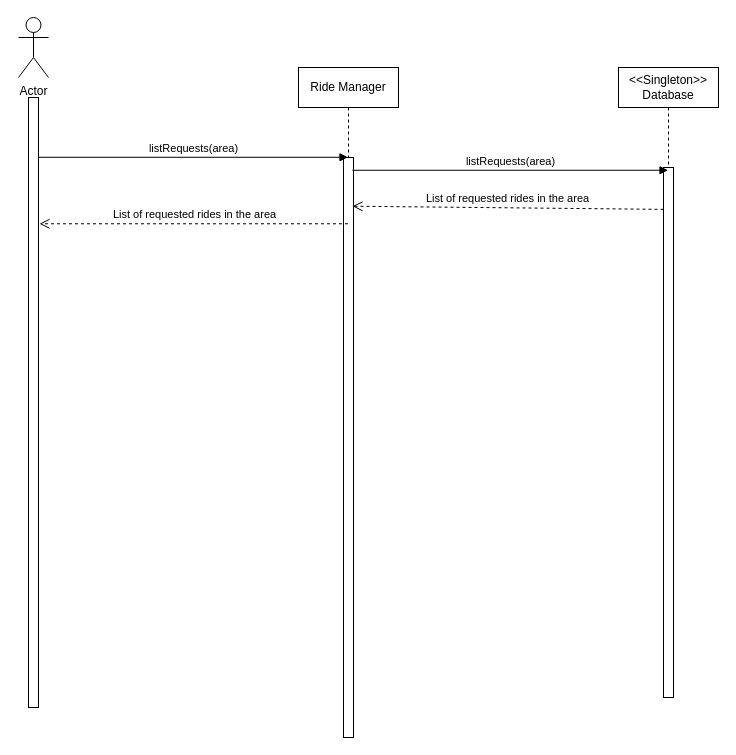
Before: page "Page-1" (1 of 2) of diagrams/RideList.drawio in KareemMAX/CarApp, a draw.io diagram. Source tidied: cells renumbered, new cells numbered last; positions are measured from the earlier drawing's top-left corner, leaving out a move shared by most shapes. Both pictures are drawn from the tidied source at 100%, with x=0, y=0 at pixel (18, 17).
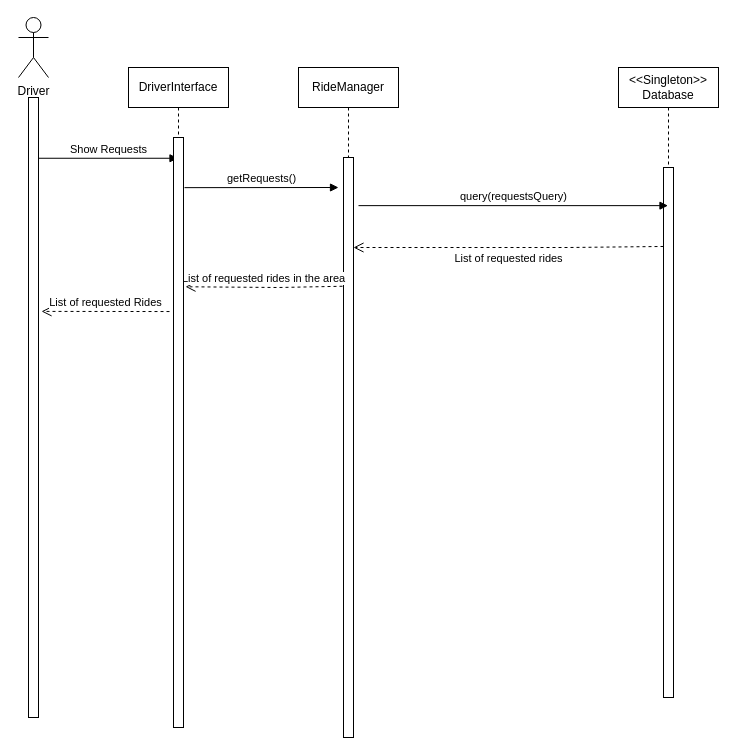
The same diagram, later.

Commit message (it also covers changes not shown here):
Fixed Ride List & Offer Accepting diagrams

The edit, as a diff of the source:
```diff
@@
 <mxGraphModel>
   <root>
     <mxCell id="0" />
     <mxCell id="1" parent="0" />
-    <mxCell id="2" value="Ride Manager" style="shape=umlLifeline;perimeter=lifelinePerimeter;whiteSpace=wrap;html=1;outlineConnect=0;" parent="1" vertex="1">
+    <mxCell id="2" value="RideManager" style="shape=umlLifeline;perimeter=lifelinePerimeter;whiteSpace=wrap;html=1;outlineConnect=0;" parent="1" vertex="1">
       <mxGeometry x="280" y="50" width="100" height="640" as="geometry" />
     </mxCell>
     <mxCell id="3" style="html=1;points=[];perimeter=orthogonalPerimeter;" parent="2" vertex="1">
       <mxGeometry x="45" y="90" width="10" height="580" as="geometry" />
     </mxCell>
-    <mxCell id="4" value="Actor" style="shape=umlActor;verticalLabelPosition=bottom;verticalAlign=top;html=1;" parent="1" vertex="1">
+    <mxCell id="4" value="Driver" style="shape=umlActor;verticalLabelPosition=bottom;verticalAlign=top;html=1;" parent="1" vertex="1">
       <mxGeometry width="30" height="60" as="geometry" />
     </mxCell>
     <mxCell id="5" style="html=1;points=[];perimeter=orthogonalPerimeter;" parent="1" vertex="1">
-      <mxGeometry x="10" y="80" width="10" height="610" as="geometry" />
+      <mxGeometry x="10" y="80" width="10" height="620" as="geometry" />
     </mxCell>
-    <mxCell id="6" value="listRequests(area)" style="html=1;verticalAlign=bottom;endArrow=block;rounded=0;exitX=1;exitY=0.098;exitDx=0;exitDy=0;exitPerimeter=0;" parent="1" edge="1" source="5" target="2">
+    <mxCell id="6" value="Show Requests" style="html=1;verticalAlign=bottom;endArrow=block;rounded=0;exitX=1;exitY=0.098;exitDx=0;exitDy=0;exitPerimeter=0;" parent="1" edge="1" source="5" target="12">
       <mxGeometry relative="1" as="geometry" />
     </mxCell>
     <mxCell id="7" value="&amp;lt;&amp;lt;Singleton&amp;gt;&amp;gt;&lt;br&gt;Database" style="shape=umlLifeline;perimeter=lifelinePerimeter;whiteSpace=wrap;html=1;outlineConnect=0;" parent="1" vertex="1">
       <mxGeometry x="600" y="50" width="100" height="630" as="geometry" />
     </mxCell>
     <mxCell id="8" style="html=1;points=[];perimeter=orthogonalPerimeter;" parent="7" vertex="1">
       <mxGeometry x="45" y="100" width="10" height="530" as="geometry" />
     </mxCell>
-    <mxCell id="9" value="listRequests(area)" style="html=1;verticalAlign=bottom;endArrow=block;rounded=0;exitX=0.9;exitY=0.022;exitDx=0;exitDy=0;exitPerimeter=0;" parent="1" edge="1" source="3" target="7">
+    <mxCell id="9" value="query(requestsQuery)" style="html=1;verticalAlign=bottom;endArrow=block;rounded=0;exitX=1.5;exitY=0.083;exitDx=0;exitDy=0;exitPerimeter=0;" parent="1" edge="1" source="3" target="7">
       <mxGeometry relative="1" as="geometry" />
     </mxCell>
-    <mxCell id="10" value="List of requested rides in the area" style="html=1;verticalAlign=bottom;endArrow=open;dashed=1;endSize=8;rounded=0;exitX=0;exitY=0.079;exitDx=0;exitDy=0;exitPerimeter=0;entryX=0.9;entryY=0.084;entryDx=0;entryDy=0;entryPerimeter=0;" parent="1" edge="1" source="8" target="3">
-      <mxGeometry relative="1" as="geometry" />
+    <mxCell id="10" value="List of requested rides" style="html=1;verticalAlign=bottom;endArrow=open;dashed=1;endSize=8;rounded=0;exitX=0;exitY=0.149;exitDx=0;exitDy=0;exitPerimeter=0;" parent="1" edge="1" source="8" target="3">
+      <mxGeometry y="20" relative="1" as="geometry">
+        <Array as="points">
+          <mxPoint x="550" y="230" />
+        </Array>
+      </mxGeometry>
     </mxCell>
-    <mxCell id="11" value="List of requested rides in the area" style="html=1;verticalAlign=bottom;endArrow=open;dashed=1;endSize=8;rounded=0;entryX=1.1;entryY=0.207;entryDx=0;entryDy=0;entryPerimeter=0;" parent="1" edge="1" source="2" target="5">
-      <mxGeometry relative="1" as="geometry" />
+    <mxCell id="11" value="List of requested rides in the area" style="html=1;verticalAlign=bottom;endArrow=open;dashed=1;endSize=8;rounded=0;exitX=-0.1;exitY=0.222;exitDx=0;exitDy=0;exitPerimeter=0;entryX=1.2;entryY=0.253;entryDx=0;entryDy=0;entryPerimeter=0;" parent="1" edge="1" source="3" target="13">
+      <mxGeometry relative="1" as="geometry">
+        <Array as="points">
+          <mxPoint x="260" y="270" />
+        </Array>
+      </mxGeometry>
     </mxCell>
+    <mxCell id="12" value="DriverInterface" style="shape=umlLifeline;perimeter=lifelinePerimeter;whiteSpace=wrap;html=1;outlineConnect=0;" parent="1" vertex="1">
+      <mxGeometry x="110" y="50" width="100" height="660" as="geometry" />
+    </mxCell>
+    <mxCell id="13" style="html=1;points=[];perimeter=orthogonalPerimeter;" parent="12" vertex="1">
+      <mxGeometry x="45" y="70" width="10" height="590" as="geometry" />
+    </mxCell>
+    <mxCell id="14" value="getRequests()" style="html=1;verticalAlign=bottom;endArrow=block;rounded=0;exitX=1.1;exitY=0.085;exitDx=0;exitDy=0;exitPerimeter=0;" parent="1" edge="1" source="13">
+      <mxGeometry relative="1" as="geometry">
+        <mxPoint x="320" y="170" as="targetPoint" />
+      </mxGeometry>
+    </mxCell>
+    <mxCell id="15" value="List of requested Rides" style="html=1;verticalAlign=bottom;endArrow=open;dashed=1;endSize=8;rounded=0;exitX=-0.4;exitY=0.295;exitDx=0;exitDy=0;exitPerimeter=0;entryX=1.3;entryY=0.345;entryDx=0;entryDy=0;entryPerimeter=0;" parent="1" edge="1" source="13" target="5">
+      <mxGeometry relative="1" as="geometry" />
+    </mxCell>
   </root>
 </mxGraphModel>
```
